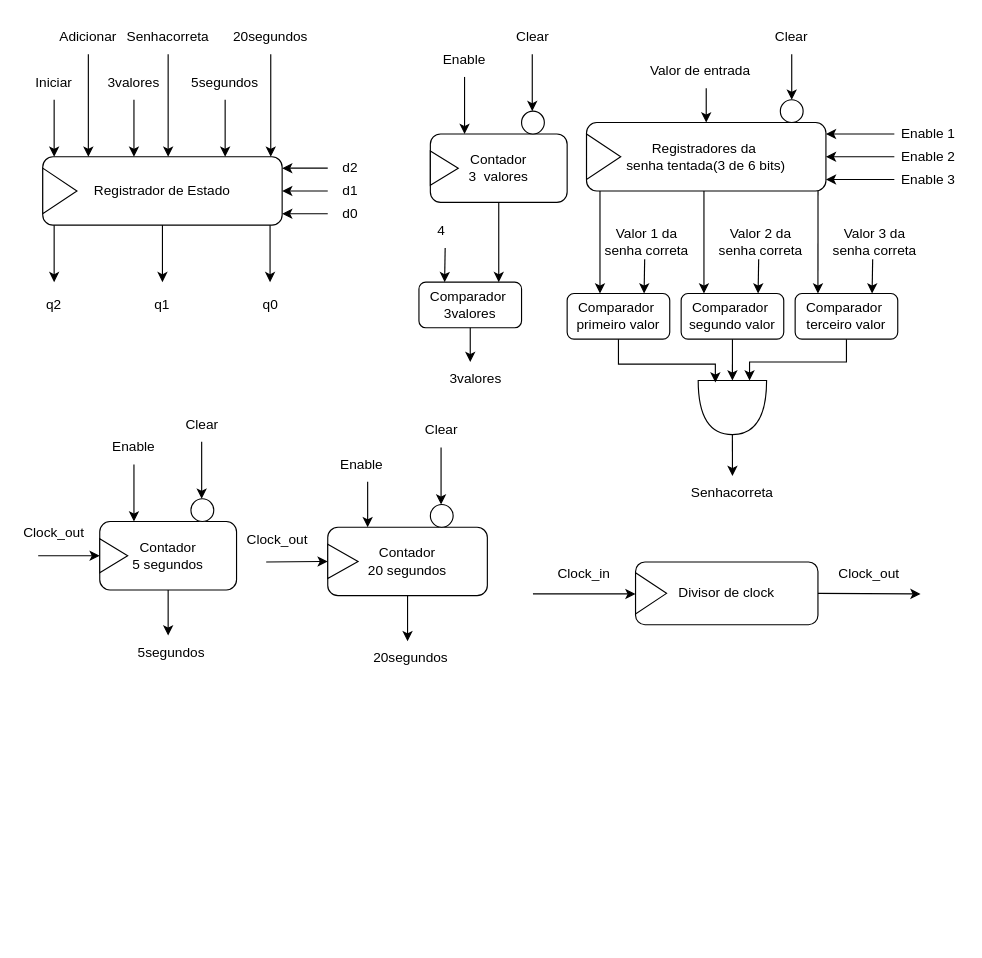
The draw.io diagram proj3_geral.drawio in pedroManuelP/Projeto_03_CircuitosDigitais, before the edit. Source tidied: cells renumbered, new cells numbered last; positions are measured from the earlier drawing's top-left corner, leaving out a move shared by most shapes. Both pictures are drawn from the tidied source at 114%, with x=0, y=0 at pixel (19, 19).
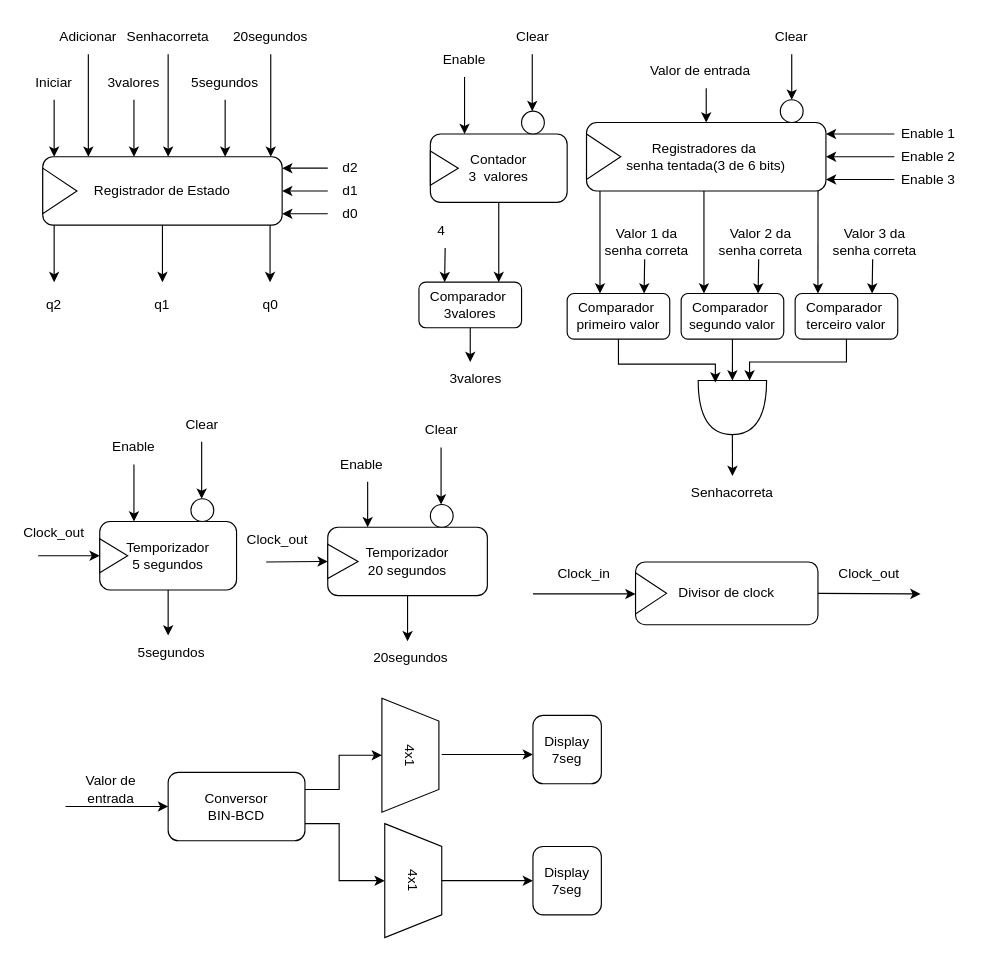
After the change.

The change refers to these unchanged cells:
```xml
<mxCell id="24" style="group;" parent="23" vertex="1">
  <mxGeometry y="100" width="120" height="60" as="geometry" />
</mxCell>
<mxCell id="34" style="group;" parent="1" vertex="1">
  <mxGeometry x="280" y="445" width="130" height="60" as="geometry" />
</mxCell>
```

What changed in the source:
```diff
@@
-    <mxCell id="25" value="&lt;div&gt;Contador&lt;/div&gt;&lt;div&gt;5 segundos&lt;br&gt;&lt;/div&gt;" style="rounded=1;whiteSpace=wrap;html=1;" parent="24" vertex="1">
+    <mxCell id="25" value="&lt;div&gt;Temporizador&lt;br&gt;&lt;/div&gt;&lt;div&gt;5 segundos&lt;br&gt;&lt;/div&gt;" style="rounded=1;whiteSpace=wrap;html=1;" parent="24" vertex="1">
       <mxGeometry width="120" height="60" as="geometry" />
     </mxCell>
@@
-    <mxCell id="35" value="&lt;div&gt;Contador&lt;/div&gt;&lt;div&gt;20 segundos&lt;br&gt;&lt;/div&gt;" style="rounded=1;whiteSpace=wrap;html=1;" parent="34" vertex="1">
+    <mxCell id="35" value="&lt;div&gt;Temporizador&lt;br&gt;&lt;/div&gt;&lt;div&gt;20 segundos&lt;br&gt;&lt;/div&gt;" style="rounded=1;whiteSpace=wrap;html=1;" parent="34" vertex="1">
       <mxGeometry x="-10" width="140" height="60" as="geometry" />
     </mxCell>
@@
+    <mxCell id="107" value="&lt;div&gt;Conversor&lt;/div&gt;&lt;div&gt;BIN-BCD&lt;br&gt;&lt;/div&gt;" style="rounded=1;whiteSpace=wrap;html=1;" parent="1" vertex="1">
+      <mxGeometry x="130" y="660" width="120" height="60" as="geometry" />
+    </mxCell>
+    <mxCell id="108" value="4x1" style="shape=trapezoid;perimeter=trapezoidPerimeter;whiteSpace=wrap;html=1;fixedSize=1;rotation=90;" parent="1" vertex="1">
+      <mxGeometry x="295" y="730" width="100" height="50" as="geometry" />
+    </mxCell>
+    <mxCell id="109" value="4x1" style="shape=trapezoid;perimeter=trapezoidPerimeter;whiteSpace=wrap;html=1;fixedSize=1;rotation=90;" parent="1" vertex="1">
+      <mxGeometry x="292.5" y="620" width="100" height="50" as="geometry" />
+    </mxCell>
+    <mxCell id="110" style="endArrow=classic;html=1;rounded=0;exitX=1;exitY=0.25;exitDx=0;exitDy=0;entryX=0.5;entryY=1;entryDx=0;entryDy=0;" parent="1" edge="1" source="107" target="109">
+      <mxGeometry relative="1" as="geometry">
+        <Array as="points">
+          <mxPoint x="280" y="675" />
+          <mxPoint x="280" y="645" />
+        </Array>
+      </mxGeometry>
+    </mxCell>
+    <mxCell id="111" style="endArrow=classic;html=1;rounded=0;exitX=1;exitY=0.75;exitDx=0;exitDy=0;entryX=0.5;entryY=1;entryDx=0;entryDy=0;" parent="1" edge="1" source="107" target="108">
+      <mxGeometry relative="1" as="geometry">
+        <Array as="points">
+          <mxPoint x="280" y="705" />
+          <mxPoint x="280" y="755" />
+        </Array>
+      </mxGeometry>
+    </mxCell>
+    <mxCell id="112" style="endArrow=classic;html=1;rounded=0;entryX=0;entryY=0.5;entryDx=0;entryDy=0;" parent="1" edge="1" target="107">
+      <mxGeometry relative="1" as="geometry">
+        <mxPoint x="40" y="690" as="sourcePoint" />
+      </mxGeometry>
+    </mxCell>
+    <mxCell id="113" value="&lt;div&gt;Valor de&lt;/div&gt;&lt;div&gt;entrada&lt;br&gt;&lt;/div&gt;" style="text;html=1;align=center;verticalAlign=middle;whiteSpace=wrap;rounded=0;" parent="1" vertex="1">
+      <mxGeometry x="50" y="660" width="60" height="30" as="geometry" />
+    </mxCell>
+    <mxCell id="114" value="Display 7seg" style="rounded=1;whiteSpace=wrap;html=1;" parent="1" vertex="1">
+      <mxGeometry x="450" y="610" width="60" height="60" as="geometry" />
+    </mxCell>
+    <mxCell id="115" value="Display 7seg" style="rounded=1;whiteSpace=wrap;html=1;" parent="1" vertex="1">
+      <mxGeometry x="450" y="725" width="60" height="60" as="geometry" />
+    </mxCell>
+    <mxCell id="116" style="endArrow=classic;html=1;rounded=0;exitX=0.5;exitY=0;exitDx=0;exitDy=0;entryX=0;entryY=0.5;entryDx=0;entryDy=0;" parent="1" edge="1" source="108" target="115">
+      <mxGeometry relative="1" as="geometry" />
+    </mxCell>
+    <mxCell id="117" style="endArrow=classic;html=1;rounded=0;exitX=0.5;exitY=0;exitDx=0;exitDy=0;entryX=0;entryY=0.5;entryDx=0;entryDy=0;" parent="1" edge="1">
+      <mxGeometry relative="1" as="geometry">
+        <mxPoint x="370" y="644.3" as="sourcePoint" />
+        <mxPoint x="450" y="644.3" as="targetPoint" />
+      </mxGeometry>
+    </mxCell>
```
